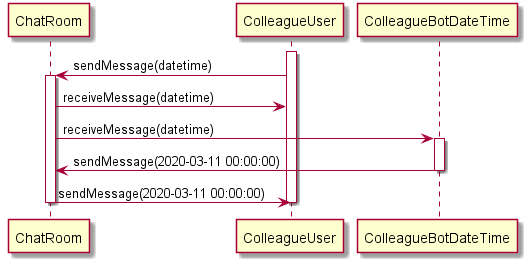
Above: img/designpattern/2/concept_mediator_3.png in windowforsun/blog (PlantUML), before the change.
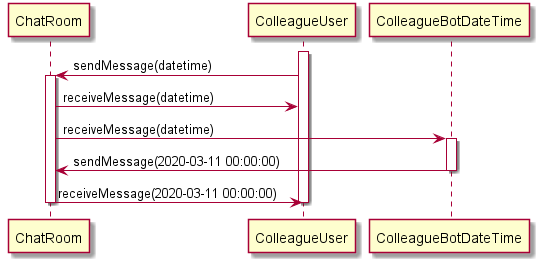
After the commit.

Commit message:
mediator 패턴 스퀀스다이어그램 오타 수정

Diff of the diagram source:
```diff
@@ -15,7 +15,7 @@
 ColleagueBotDateTime -> ChatRoom : sendMessage(2020-03-11 00:00:00)
 deactivate ColleagueBotDateTime
 
-ChatRoom -> ColleagueUser : sendMessage(2020-03-11 00:00:00)
+ChatRoom -> ColleagueUser : receiveMessage(2020-03-11 00:00:00)
 deactivate ChatRoom
 
 deactivate ColleagueUser
```
